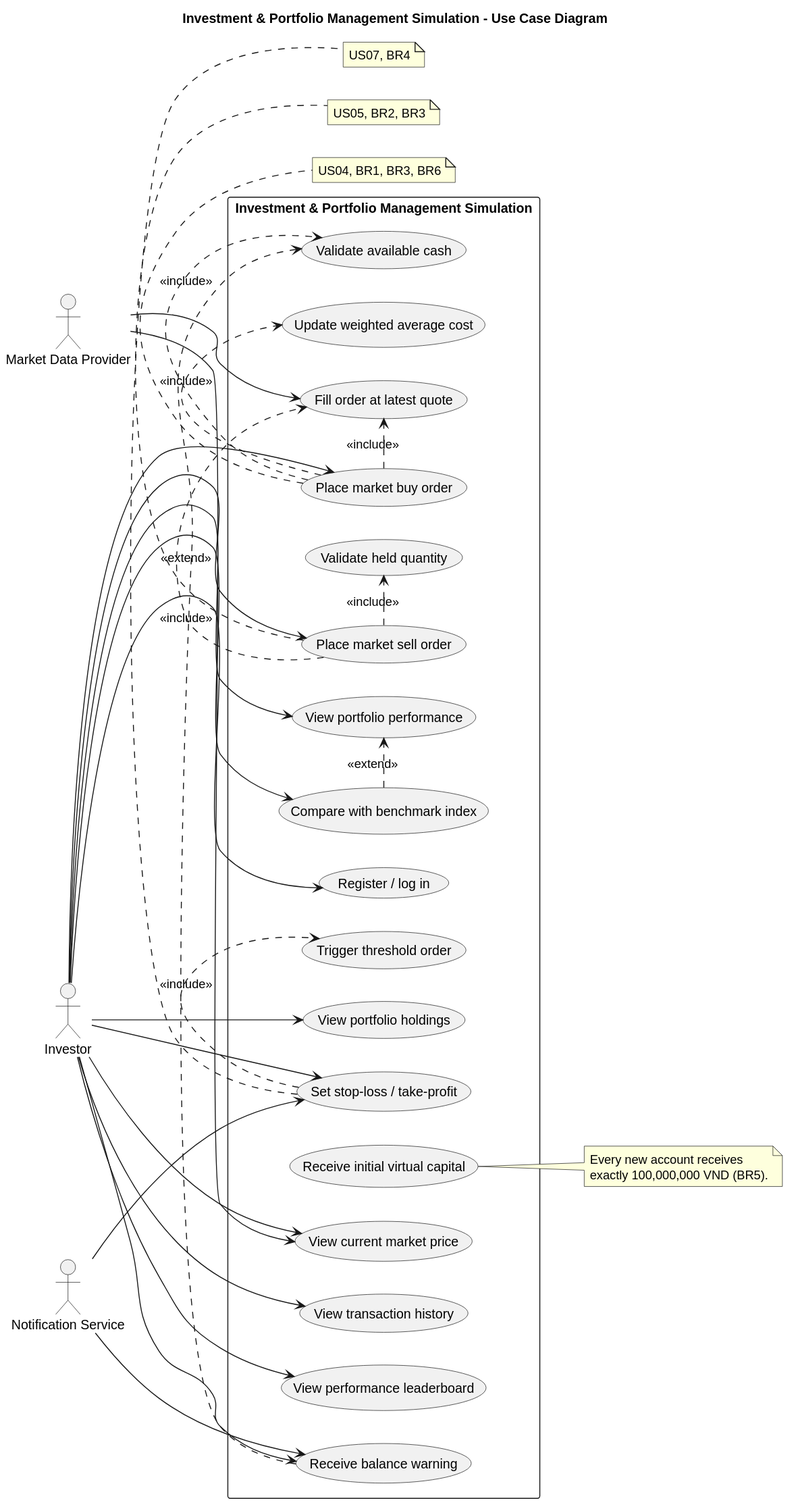
SE-FDA-NEU-AI66B/AI66B-Group-5-A4-Investment-and-Portfolio-Management-Simulation keeps this PlantUML diagram as docs/diagrams/use-case-diagram.svg. Above is the earlier version.
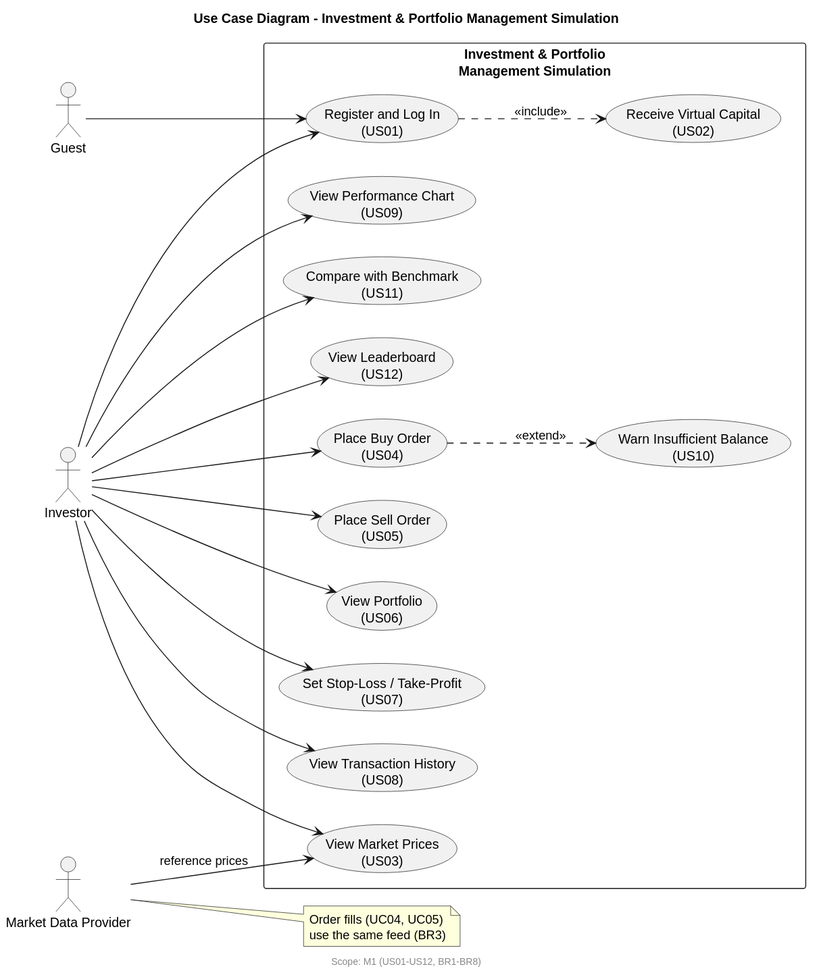
Above is the later version.

Commit message:
docs: use requested use-case diagram

Closes #38

Change to the diagram source:
```diff
@@ -1,73 +1,47 @@
 @startuml
+title Use Case Diagram - Investment & Portfolio Management Simulation
+
 left to right direction
-skinparam packageStyle rectangle
-skinparam shadowing false
 
-title Investment & Portfolio Management Simulation - Use Case Diagram
+actor Guest as Guest
+actor Investor as Investor
+actor "Market Data Provider" as MarketData
 
-actor Investor as investor
-actor "Market Data Provider" as market
-actor "Notification Service" as notify
-
-rectangle "Investment & Portfolio Management Simulation" {
-  usecase "Register / log in" as UC01
-  usecase "Receive initial virtual capital" as UC02
-  usecase "View current market price" as UC03
-  usecase "Place market buy order" as UC04
-  usecase "Place market sell order" as UC05
-  usecase "View portfolio holdings" as UC06
-  usecase "Set stop-loss / take-profit" as UC07
-  usecase "View transaction history" as UC08
-  usecase "View portfolio performance" as UC09
-  usecase "Receive balance warning" as UC10
-  usecase "Compare with benchmark index" as UC11
-  usecase "View performance leaderboard" as UC12
-
-  usecase "Validate available cash" as ValidateCash
-  usecase "Validate held quantity" as ValidateQuantity
-  usecase "Fill order at latest quote" as FillOrder
-  usecase "Update weighted average cost" as UpdateCost
-  usecase "Trigger threshold order" as TriggerThreshold
+rectangle "Investment & Portfolio\nManagement Simulation" {
+  usecase "Register and Log In\n(US01)" as UC01
+  usecase "Receive Virtual Capital\n(US02)" as UC02
+  usecase "View Market Prices\n(US03)" as UC03
+  usecase "Place Buy Order\n(US04)" as UC04
+  usecase "Place Sell Order\n(US05)" as UC05
+  usecase "View Portfolio\n(US06)" as UC06
+  usecase "Set Stop-Loss / Take-Profit\n(US07)" as UC07
+  usecase "View Transaction History\n(US08)" as UC08
+  usecase "View Performance Chart\n(US09)" as UC09
+  usecase "Warn Insufficient Balance\n(US10)" as UC10
+  usecase "Compare with Benchmark\n(US11)" as UC11
+  usecase "View Leaderboard\n(US12)" as UC12
 }
 
-investor --> UC01
-investor --> UC03
-investor --> UC04
-investor --> UC05
-investor --> UC06
-investor --> UC07
-investor --> UC08
-investor --> UC09
-investor --> UC10
-investor --> UC11
-investor --> UC12
+Guest --> UC01
+Investor --> UC01
+Investor --> UC03
+Investor --> UC04
+Investor --> UC05
+Investor --> UC06
+Investor --> UC07
+Investor --> UC08
+Investor --> UC09
+Investor --> UC11
+Investor --> UC12
 
-market --> UC03
-market --> FillOrder
-notify --> UC07
-notify --> UC10
+UC01 ..> UC02 : <<include>>
+UC04 ..> UC10 : <<extend>>
 
-UC04 .> ValidateCash : <<include>>
-UC04 .> FillOrder : <<include>>
-UC04 .> UpdateCost : <<include>>
-UC05 .> ValidateQuantity : <<include>>
-UC05 .> FillOrder : <<include>>
-UC07 .> TriggerThreshold : <<include>>
-UC10 .> ValidateCash : <<extend>>
-UC11 .> UC09 : <<extend>>
-
-note right of UC02
-  Every new account receives
-  exactly 100,000,000 VND (BR5).
+MarketData --> UC03 : reference prices
+note right of MarketData
+  Order fills (UC04, UC05)
+  use the same feed (BR3)
 end note
 
-note bottom of UC04
-  US04, BR1, BR3, BR6
-end note
-note bottom of UC05
-  US05, BR2, BR3
-end note
-note bottom of UC07
-  US07, BR4
-end note
+footer Scope: M1 (US01-US12, BR1-BR8)
 @enduml
```
